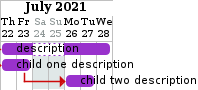
Before: code/project1/src/Diagrams/created.png, a diagram exported from PlantUML (TruCol/Roadmap).
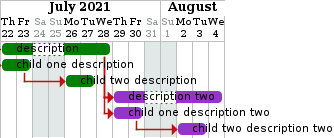
The same diagram one commit later.

Diff of the diagram source:
```diff
@@ -3,20 +3,29 @@
 saturday are closed
 sunday are closed
 
-[description] as [L0C0] lasts 5 days
+[description] as [0] lasts 5 days
+[child one description] as [0_0] lasts 2 days
+[child two description] as [0_1] lasts 2 days
 
-[child one description] as [L1C0] lasts 2 days
+[description two] as [1] lasts 5 days
+[child one description two] as [1_0] lasts 2 days
+[child two description two] as [1_1] lasts 2 days
 
-[child two description] as [L1C1] lasts 2 days
+[0_0] starts at [0]'s start
+[0_1] starts at [0_0]'s end
+[1] starts at [0]'s end
 
-[L1C0] starts at [L0C0]'s start
-[L1C1] starts at [L1C0]'s end
+[1_0] starts at [1]'s start
+[1_1] starts at [1_0]'s end
 
+[0]  is colored in Green
+[0_0]  is colored in Green
+[0_1]  is colored in Green
 
+[1] starts at [0]'s end
 
-[L0C0]  is colored in DarkOrchid
+[1]  is colored in DarkOrchid
+[1_0]  is colored in DarkOrchid
+[1_1]  is colored in DarkOrchid
 
-[L1C0]  is colored in DarkOrchid
-
-[L1C1]  is colored in DarkOrchid
 @endgantt
```
